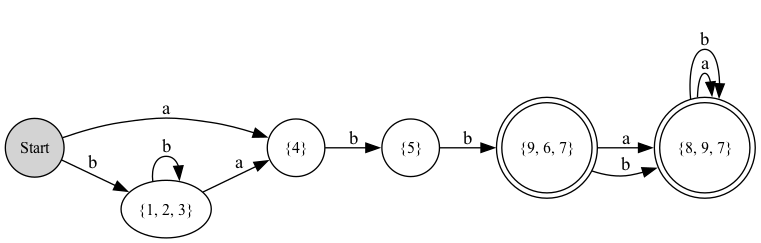
Earlier version of the Graphviz export pngs/dfa_graph.png (estebandonis/Proyecto1-TeoriaDeLaComputacion). Its source is kept beside it as pngs/dfa_graph.dot.
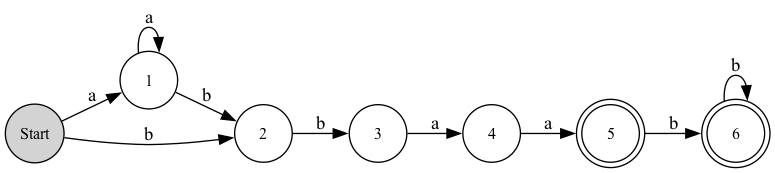
The same file after the commit.

Diff of the diagram source:
```diff
@@ -1,64 +1,65 @@
 digraph G {
-	graph [bb="0,0,165.35,344.62",
+	graph [bb="0,0,412.93,215.17",
 		rankdir=LR
 	];
 	node [label="\N"];
 	Start	[fontsize=12,
 		height=0.61168,
-		pos="22.02,32.136",
+		pos="334.37,22.02",
 		shape=circle,
 		style=filled,
 		width=0.61168];
-	"{4}"	[fontsize=12,
+	1	[fontsize=12,
 		height=0.6,
-		pos="66.882,90.066",
+		pos="367.33,85.533",
 		width=0.6];
-	Start -> "{4}"	[label=a,
-		lp="38.192,65.143",
-		pos="e,53.57,72.877 35.724,49.832 39.178,54.293 42.96,59.176 46.661,63.955"];
-	"{1, 2, 3}"	[fontsize=12,
+	Start -> 1	[label=a,
+		lp="345.27,57.053",
+		pos="e,357.2,66.016 344.62,41.768 346.94,46.231 349.44,51.065 351.92,55.837"];
+	2	[fontsize=12,
 		height=0.6,
-		pos="92.849,21.6",
-		width=0.93979];
-	Start -> "{1, 2, 3}"	[label=b,
-		lp="49.515,36.798",
-		pos="e,59.398,26.576 44.043,28.86 45.413,28.657 46.815,28.448 48.238,28.236"];
-	"{5}"	[fontsize=12,
+		pos="294.03,83.321",
+		width=0.6];
+	Start -> 2	[label=b,
+		lp="320.51,56.468",
+		pos="e,306,65.131 322.05,40.746 318.94,45.466 315.54,50.633 312.22,55.69"];
+	1 -> 1	[label=a,
+		lp="409.93,85.533",
+		pos="e,388.11,78.948 388.11,92.118 398.11,92.931 406.93,90.736 406.93,85.533 406.93,82.525 403.98,80.523 399.56,79.525"];
+	1 -> 2	[label=b,
+		lp="332.99,92.849",
+		pos="e,316.01,83.984 345.34,84.87 339.69,84.699 333.48,84.511 327.39,84.328"];
+	3	[fontsize=12,
 		height=0.6,
-		pos="78.637,162.64",
+		pos="229.47,118.57",
 		width=0.6];
-	"{4}" -> "{5}"	[label=b,
-		lp="68.473,128.98",
-		pos="e,75.113,140.88 70.409,111.84 71.315,117.44 72.311,123.59 73.288,129.61"];
-	"{1, 2, 3}" -> "{4}"	[label=a,
-		lp="78.763,59.079",
-		pos="e,74.684,69.495 84.775,42.888 82.865,47.922 80.79,53.395 78.751,58.77"];
-	"{1, 2, 3}" -> "{1, 2, 3}"	[label=b,
-		lp="148.06,21.6",
-		pos="e,125.5,14.85 125.5,28.35 136.18,28.315 144.68,26.065 144.68,21.6 144.68,18.879 141.52,16.981 136.64,15.905"];
-	"{9, 6, 7}"	[fontsize=12,
-		height=1.0509,
-		pos="87.777,234.54",
+	2 -> 3	[label=b,
+		lp="263.38,106.47",
+		pos="e,248.83,108 274.66,93.898 269.68,96.617 264.21,99.604 258.85,102.53"];
+	4	[fontsize=12,
+		height=0.6,
+		pos="164.96,151.83",
+		width=0.6];
+	3 -> 4	[label=a,
+		lp="199.22,140.87",
+		pos="e,184.3,141.86 210.11,128.55 205.14,131.12 199.67,133.93 194.32,136.69"];
+	5	[fontsize=12,
+		height=0.71111,
+		pos="96.615,175.76",
 		shape=doublecircle,
-		width=1.0509];
-	"{5}" -> "{9, 6, 7}"	[label=b,
-		lp="78.076,193.02",
-		pos="e,82.97,196.72 81.379,184.21 81.427,184.58 81.474,184.96 81.522,185.34"];
-	"{8, 9, 7}"	[fontsize=12,
-		height=1.0509,
-		pos="84.769,306.79",
+		width=0.71111];
+	4 -> 5	[label=a,
+		lp="135.08,169.49",
+		pos="e,120.96,167.23 144.46,159.01 140.41,160.42 136.07,161.95 131.7,163.47"];
+	6	[fontsize=12,
+		height=0.71111,
+		pos="25.6,189.57",
 		shape=doublecircle,
-		width=1.0509];
-	"{9, 6, 7}" -> "{8, 9, 7}"	[label=a,
-		lp="76.476,263.51",
-		pos="e,79.466,272.07 79.48,271.65 79.478,271.72 79.475,271.79 79.473,271.86"];
-	"{9, 6, 7}" -> "{8, 9, 7}"	[label=b,
-		lp="89.581,280.57",
-		pos="e,92.941,272.63 92.961,272.21 92.958,272.28 92.954,272.35 92.951,272.42"];
-	"{8, 9, 7}" -> "{8, 9, 7}"	[label=a,
-		lp="143.6,306.79",
-		pos="e,122.87,303.44 122.87,310.13 132.96,309.94 140.6,308.83 140.6,306.79 140.6,305.64 138.18,304.79 134.27,304.22"];
-	"{8, 9, 7}" -> "{8, 9, 7}"	[label=b,
-		lp="161.98,306.79",
-		pos="e,122.38,300.26 122.38,313.32 141.48,314.27 158.6,312.1 158.6,306.79 158.6,302.56 147.73,300.32 133.65,300.06"];
+		width=0.71111];
+	5 -> 6	[label=b,
+		lp="63.336,189.83",
+		pos="e,50.756,184.68 71.378,180.67 68.343,181.26 65.199,181.87 62.044,182.48"];
+	6 -> 6	[label=b,
+		lp="72.575,189.57",
+		pos="e,50.69,182.86 50.69,196.28 60.754,196.66 69.2,194.42 69.2,189.57 69.2,186.77 66.377,184.84 62.051,183.78"];
 }
```
